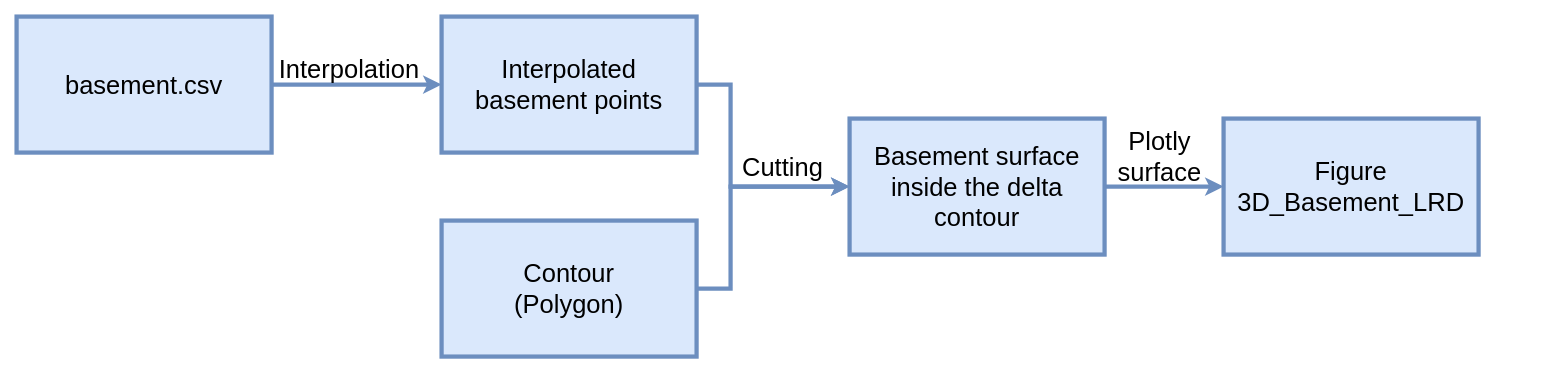
dcabezas98/stratigraphic-3D-modelling keeps this draw.io diagram as diagrams/diagram_basement.drawio. Above is the earlier version. Source tidied: cells renumbered, new cells numbered last; positions are measured from the earlier drawing's top-left corner, leaving out a move shared by most shapes. Both pictures are drawn from the tidied source at 85%, with x=0, y=0 at pixel (16, 16).
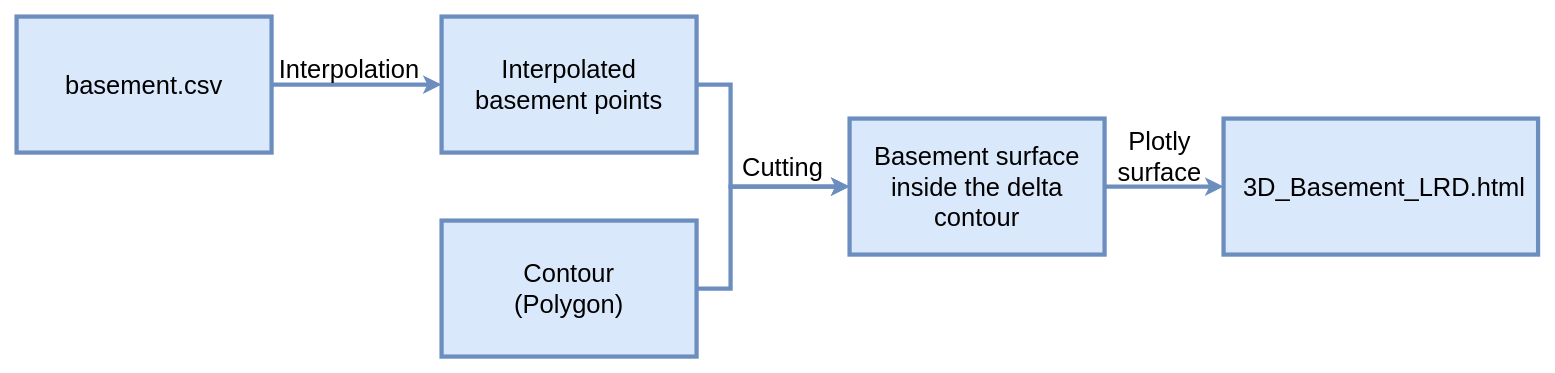
After the change.

Commit message (it also covers changes not shown here):
Output figure names changes

Diff of the diagram source:
```diff
@@
 <mxGraphModel>
   <root>
     <mxCell id="0" />
     <mxCell id="1" parent="0" />
     <mxCell id="2" style="edgeStyle=orthogonalEdgeStyle;rounded=0;jettySize=auto;html=1;exitX=1;exitY=0.5;exitDx=0;exitDy=0;entryX=0;entryY=0.5;entryDx=0;entryDy=0;strokeWidth=5;fillColor=#dae8fc;strokeColor=#6c8ebf;" parent="1" edge="1" source="3" target="5">
       <mxGeometry relative="1" as="geometry">
         <Array as="points">
           <mxPoint x="840" y="80" />
           <mxPoint x="840" y="200" />
         </Array>
       </mxGeometry>
     </mxCell>
     <mxCell id="3" value="&lt;div&gt;Interpolated&lt;/div&gt;&lt;div&gt;basement points&lt;/div&gt;" style="rounded=0;whiteSpace=wrap;html=1;fontSize=30;fillColor=#dae8fc;strokeColor=#6c8ebf;strokeWidth=5;" parent="1" vertex="1">
       <mxGeometry x="500" width="300" height="160" as="geometry" />
     </mxCell>
     <mxCell id="4" style="edgeStyle=orthogonalEdgeStyle;rounded=0;jettySize=auto;html=1;exitX=1;exitY=0.5;exitDx=0;exitDy=0;entryX=0;entryY=0.5;entryDx=0;entryDy=0;fillColor=#dae8fc;strokeColor=#6c8ebf;strokeWidth=5;" parent="1" edge="1" source="5" target="8">
       <mxGeometry relative="1" as="geometry" />
     </mxCell>
     <mxCell id="5" value="Basement surface inside the delta contour" style="rounded=0;whiteSpace=wrap;html=1;fontSize=30;fillColor=#dae8fc;strokeColor=#6c8ebf;strokeWidth=5;" parent="1" vertex="1">
       <mxGeometry x="980" y="120" width="300" height="160" as="geometry" />
     </mxCell>
     <mxCell id="6" style="edgeStyle=orthogonalEdgeStyle;rounded=0;jettySize=auto;html=1;exitX=1;exitY=0.5;exitDx=0;exitDy=0;entryX=0;entryY=0.5;entryDx=0;entryDy=0;strokeWidth=5;fillColor=#dae8fc;strokeColor=#6c8ebf;" parent="1" edge="1" source="7" target="3">
       <mxGeometry relative="1" as="geometry" />
     </mxCell>
     <mxCell id="7" value="basement.csv" style="rounded=0;whiteSpace=wrap;html=1;fontSize=30;fillColor=#dae8fc;strokeColor=#6c8ebf;strokeWidth=5;" parent="1" vertex="1">
       <mxGeometry width="300" height="160" as="geometry" />
     </mxCell>
-    <mxCell id="8" value="Figure 3D_Basement_LRD" style="rounded=0;whiteSpace=wrap;html=1;fontSize=30;fillColor=#dae8fc;strokeColor=#6c8ebf;strokeWidth=5;" parent="1" vertex="1">
-      <mxGeometry x="1420" y="120" width="300" height="160" as="geometry" />
+    <mxCell id="8" value="&amp;nbsp;3D_Basement_LRD.html" style="rounded=0;whiteSpace=wrap;html=1;fontSize=30;fillColor=#dae8fc;strokeColor=#6c8ebf;strokeWidth=5;" parent="1" vertex="1">
+      <mxGeometry x="1420" y="120" width="370" height="160" as="geometry" />
     </mxCell>
     <mxCell id="9" value="Cutting" style="text;html=1;strokeColor=none;fillColor=none;align=center;verticalAlign=middle;whiteSpace=wrap;rounded=0;fontSize=30;" parent="1" vertex="1">
       <mxGeometry x="808" y="162" width="187" height="30" as="geometry" />
     </mxCell>
     <mxCell id="10" value="&lt;div&gt;Plotly &lt;br&gt;&lt;/div&gt;&lt;div&gt;surface&lt;/div&gt;" style="text;html=1;strokeColor=none;fillColor=none;align=center;verticalAlign=middle;whiteSpace=wrap;rounded=0;fontSize=30;" parent="1" vertex="1">
       <mxGeometry x="1250" y="130" width="190" height="70" as="geometry" />
     </mxCell>
     <mxCell id="11" value="Interpolation" style="text;html=1;strokeColor=none;fillColor=none;align=center;verticalAlign=middle;whiteSpace=wrap;rounded=0;fontSize=30;" parent="1" vertex="1">
       <mxGeometry x="298" y="30" width="187" height="63" as="geometry" />
     </mxCell>
     <mxCell id="12" style="edgeStyle=orthogonalEdgeStyle;rounded=0;jettySize=auto;html=1;exitX=1;exitY=0.5;exitDx=0;exitDy=0;entryX=0;entryY=0.5;entryDx=0;entryDy=0;strokeWidth=5;fillColor=#dae8fc;strokeColor=#6c8ebf;" parent="1" edge="1" source="13" target="5">
       <mxGeometry relative="1" as="geometry">
         <Array as="points">
           <mxPoint x="840" y="320" />
           <mxPoint x="840" y="200" />
         </Array>
       </mxGeometry>
     </mxCell>
     <mxCell id="13" value="&lt;div&gt;Contour&lt;/div&gt;&lt;div&gt;(Polygon)&lt;br&gt;&lt;/div&gt;" style="rounded=0;whiteSpace=wrap;html=1;fontSize=30;fillColor=#dae8fc;strokeColor=#6c8ebf;strokeWidth=5;" parent="1" vertex="1">
       <mxGeometry x="500" y="240" width="300" height="160" as="geometry" />
     </mxCell>
   </root>
 </mxGraphModel>
```
